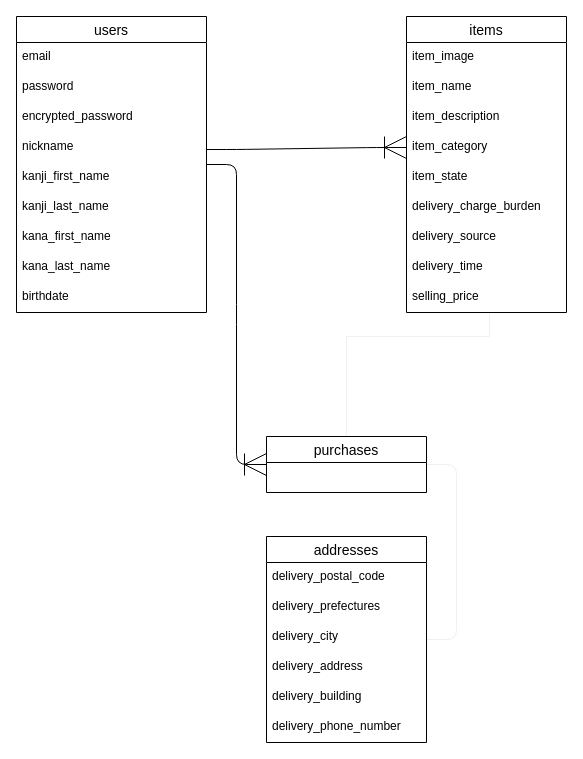
Earlier version of the draw.io diagram er.dio (KentaHarada06/furima-31641). Source tidied: cells renumbered, new cells numbered last; positions are measured from the earlier drawing's top-left corner, leaving out a move shared by most shapes. Both pictures are drawn from the tidied source at 100%, with x=0, y=0 at pixel (16, 16).
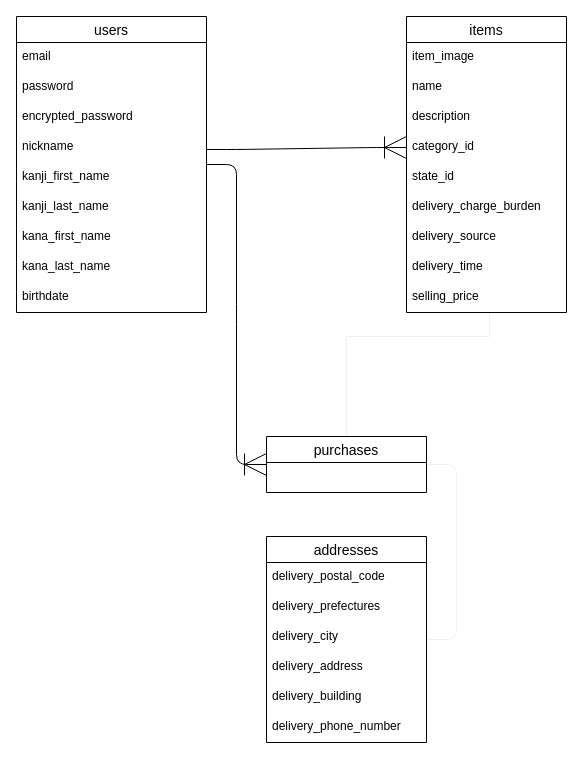
After the change.

Commit message (it also covers changes not shown here):
DB設計情報を修正2

Unchanged cells that the change refers to:
```xml
<mxCell id="15" value="items" style="swimlane;fontStyle=0;horizontal=1;startSize=26;align=center;fontSize=14;" parent="1" vertex="1">
  <mxGeometry x="390" width="160" height="296" as="geometry" />
</mxCell>
```

What changed in the source:
```diff
@@
-    <mxCell id="17" value="item_name" style="text;strokeColor=none;fillColor=none;spacingLeft=4;spacingRight=4;overflow=hidden;fontSize=12;" parent="15" vertex="1">
+    <mxCell id="17" value="name" style="text;strokeColor=none;fillColor=none;spacingLeft=4;spacingRight=4;overflow=hidden;fontSize=12;" parent="15" vertex="1">
       <mxGeometry y="56" width="160" height="30" as="geometry" />
     </mxCell>
-    <mxCell id="18" value="item_description" style="text;strokeColor=none;fillColor=none;spacingLeft=4;spacingRight=4;overflow=hidden;fontSize=12;" parent="15" vertex="1">
+    <mxCell id="18" value="description" style="text;strokeColor=none;fillColor=none;spacingLeft=4;spacingRight=4;overflow=hidden;fontSize=12;" parent="15" vertex="1">
       <mxGeometry y="86" width="160" height="30" as="geometry" />
     </mxCell>
-    <mxCell id="19" value="item_category" style="text;strokeColor=none;fillColor=none;spacingLeft=4;spacingRight=4;overflow=hidden;points=[[0,0.5],[1,0.5]];portConstraint=eastwest;fontSize=12;" parent="15" vertex="1">
+    <mxCell id="19" value="category_id" style="text;strokeColor=none;fillColor=none;spacingLeft=4;spacingRight=4;overflow=hidden;points=[[0,0.5],[1,0.5]];portConstraint=eastwest;fontSize=12;" parent="15" vertex="1">
       <mxGeometry y="116" width="160" height="30" as="geometry" />
     </mxCell>
-    <mxCell id="20" value="item_state" style="text;strokeColor=none;fillColor=none;spacingLeft=4;spacingRight=4;overflow=hidden;fontSize=12;" parent="15" vertex="1">
+    <mxCell id="20" value="state_id" style="text;strokeColor=none;fillColor=none;spacingLeft=4;spacingRight=4;overflow=hidden;fontSize=12;" parent="15" vertex="1">
       <mxGeometry y="146" width="160" height="30" as="geometry" />
     </mxCell>
```
